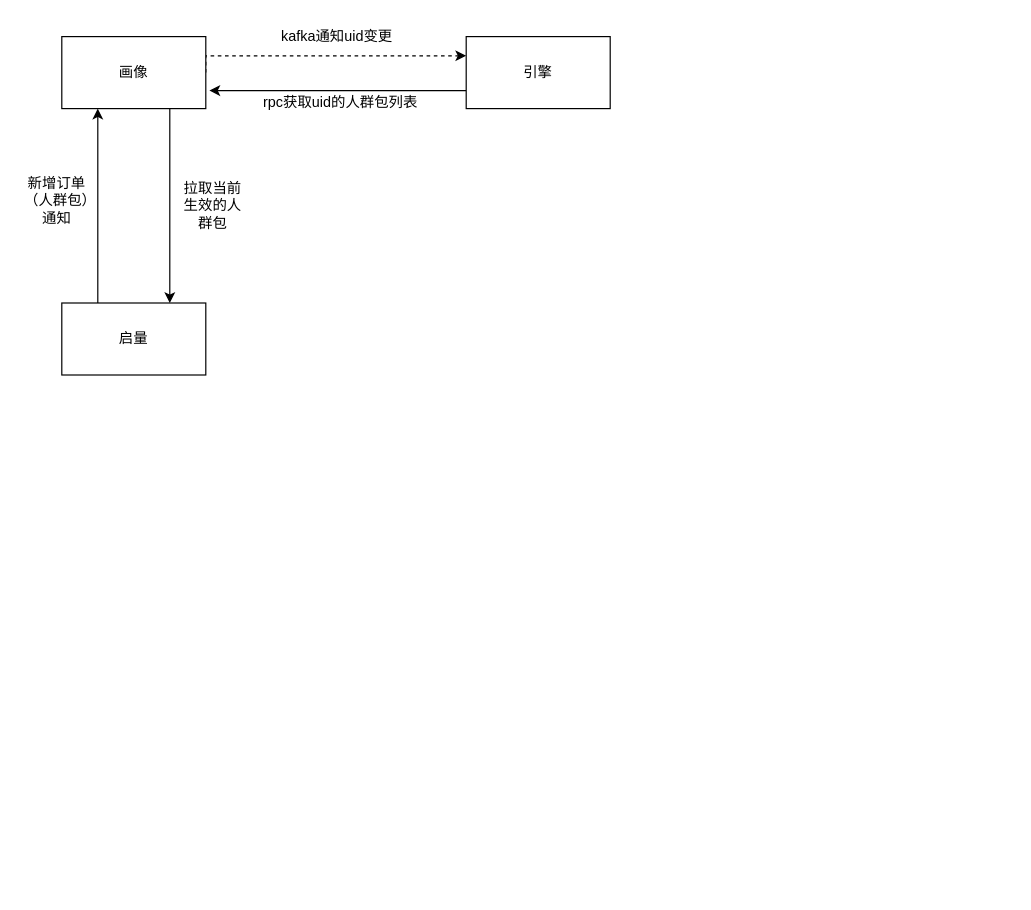
AngLI1992/draw.io keeps this draw.io diagram as 启量.drawio. Above is the earlier version. Source tidied: cells renumbered, new cells numbered last; positions are measured from the earlier drawing's top-left corner, leaving out a move shared by most shapes. Both pictures are drawn from the tidied source at 120%, with x=0, y=0 at pixel (20, 20).
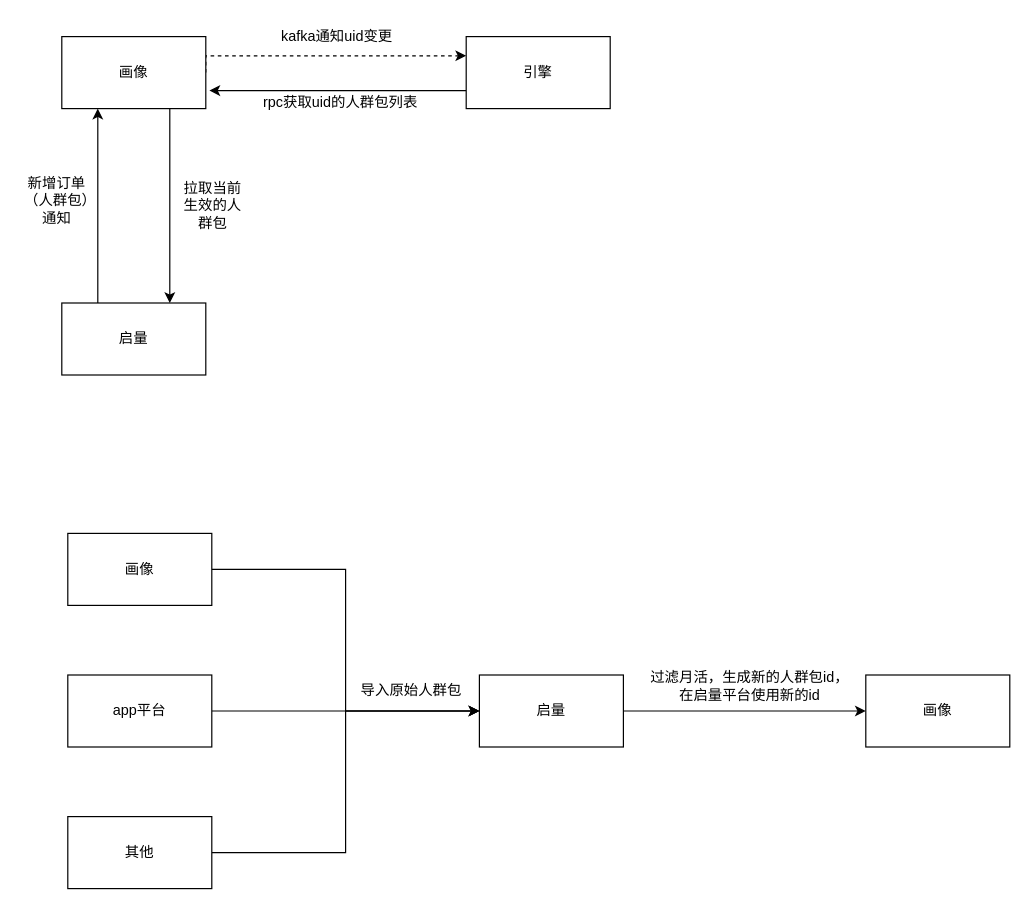
After the change.

Diff of the diagram source:
```diff
@@
+    <mxCell id="13" style="edgeStyle=orthogonalEdgeStyle;rounded=0;jettySize=auto;html=1;exitX=1;exitY=0.5;exitDx=0;exitDy=0;entryX=0;entryY=0.5;entryDx=0;entryDy=0;" parent="1" edge="1" source="14" target="16">
+      <mxGeometry relative="1" as="geometry" />
+    </mxCell>
+    <mxCell id="14" value="画像" style="rounded=0;whiteSpace=wrap;html=1;" parent="1" vertex="1">
+      <mxGeometry x="39" y="427" width="120" height="60" as="geometry" />
+    </mxCell>
+    <mxCell id="15" style="edgeStyle=orthogonalEdgeStyle;rounded=0;jettySize=auto;html=1;exitX=1;exitY=0.5;exitDx=0;exitDy=0;" parent="1" edge="1" source="16" target="22">
+      <mxGeometry relative="1" as="geometry" />
+    </mxCell>
+    <mxCell id="16" value="启量" style="rounded=0;whiteSpace=wrap;html=1;" parent="1" vertex="1">
+      <mxGeometry x="382" y="545" width="120" height="60" as="geometry" />
+    </mxCell>
+    <mxCell id="17" style="edgeStyle=orthogonalEdgeStyle;rounded=0;jettySize=auto;html=1;exitX=1;exitY=0.5;exitDx=0;exitDy=0;entryX=0;entryY=0.5;entryDx=0;entryDy=0;" parent="1" edge="1" source="18" target="16">
+      <mxGeometry relative="1" as="geometry">
+        <Array as="points">
+          <mxPoint x="255" y="575" />
+          <mxPoint x="255" y="575" />
+        </Array>
+      </mxGeometry>
+    </mxCell>
+    <mxCell id="18" value="app平台" style="rounded=0;whiteSpace=wrap;html=1;" parent="1" vertex="1">
+      <mxGeometry x="39" y="545" width="120" height="60" as="geometry" />
+    </mxCell>
+    <mxCell id="19" style="edgeStyle=orthogonalEdgeStyle;rounded=0;jettySize=auto;html=1;exitX=1;exitY=0.5;exitDx=0;exitDy=0;entryX=0;entryY=0.5;entryDx=0;entryDy=0;" parent="1" edge="1" source="20" target="16">
+      <mxGeometry relative="1" as="geometry" />
+    </mxCell>
+    <mxCell id="20" value="其他" style="rounded=0;whiteSpace=wrap;html=1;" parent="1" vertex="1">
+      <mxGeometry x="39" y="663" width="120" height="60" as="geometry" />
+    </mxCell>
+    <mxCell id="21" value="导入原始人群包" style="text;html=1;align=center;verticalAlign=middle;strokeColor=none;fillColor=none;" parent="1" vertex="1">
+      <mxGeometry x="274" y="545" width="102" height="26" as="geometry" />
+    </mxCell>
+    <mxCell id="22" value="画像" style="rounded=0;whiteSpace=wrap;html=1;" parent="1" vertex="1">
+      <mxGeometry x="704" y="545" width="120" height="60" as="geometry" />
+    </mxCell>
+    <mxCell id="23" value="过滤月活，生成新的人群包id，&lt;br&gt;在启量平台使用新的id" style="text;html=1;align=center;verticalAlign=middle;strokeColor=none;fillColor=none;" parent="1" vertex="1">
+      <mxGeometry x="515" y="533" width="183" height="41" as="geometry" />
+    </mxCell>
```
